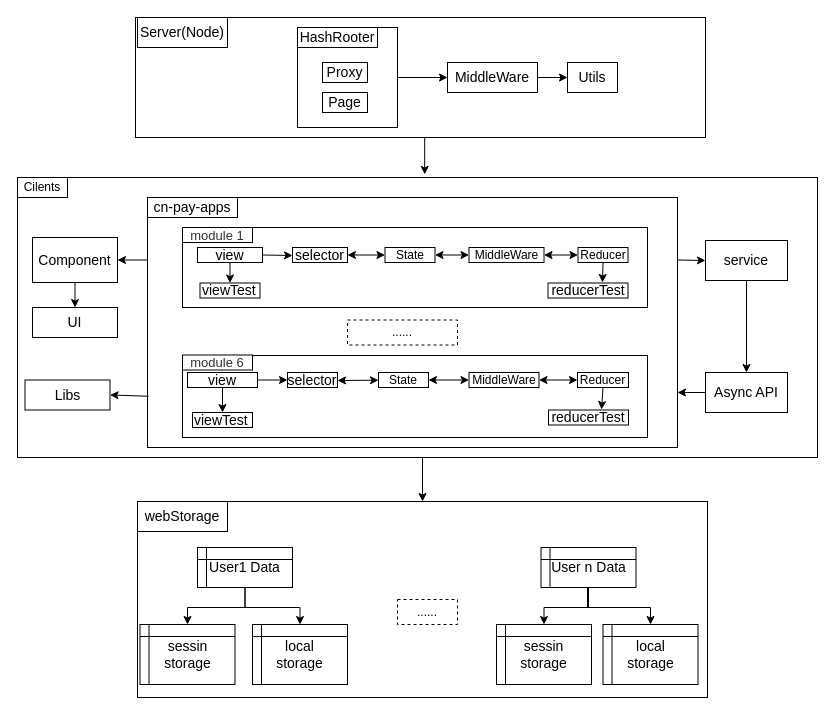
The draw.io diagram 概要设计.drawio in Robbie-Han/graduation-thesis, before the edit. Source tidied: cells renumbered, new cells numbered last; positions are measured from the earlier drawing's top-left corner, leaving out a move shared by most shapes. Both pictures are drawn from the tidied source at 100%, with x=0, y=0 at pixel (17, 17).
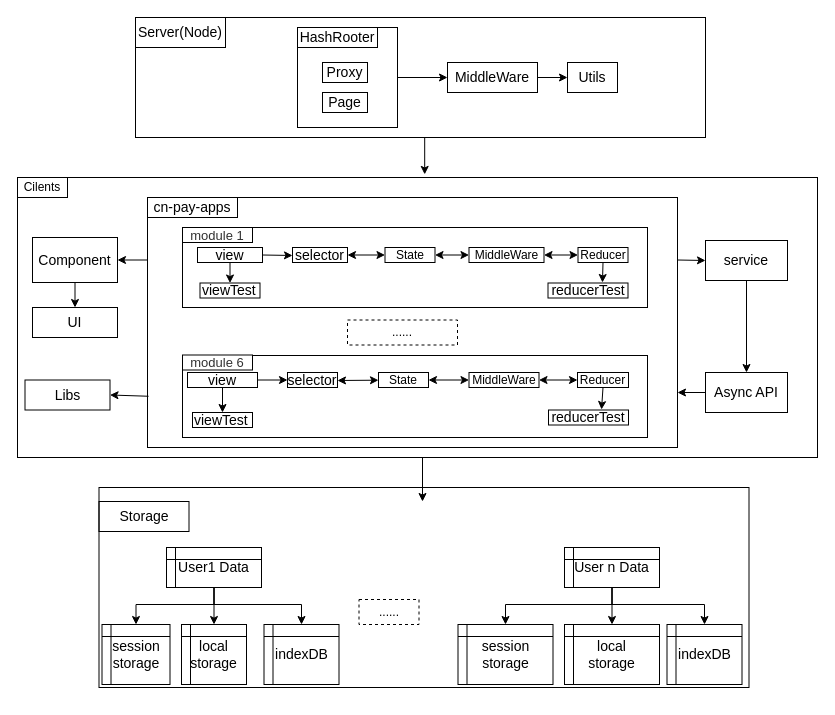
After the change.

Commit message:
已添加 概要设计.drawio

The edit, as a diff of the source:
```diff
@@
     <mxCell id="4" value="&lt;font style=&quot;font-size: 14px&quot;&gt;Server(Node)&lt;/font&gt;" style="rounded=0;whiteSpace=wrap;html=1;" parent="1" vertex="1">
-      <mxGeometry x="120" width="90" height="30" as="geometry" />
+      <mxGeometry x="118" width="90" height="30" as="geometry" />
     </mxCell>
@@
-    <mxCell id="59" style="edgeStyle=orthogonalEdgeStyle;rounded=0;jettySize=auto;html=1;exitX=0.5;exitY=0;exitDx=0;exitDy=0;entryX=0.5;entryY=0;entryDx=0;entryDy=0;" parent="1" edge="1" target="60">
+    <mxCell id="59" style="edgeStyle=orthogonalEdgeStyle;rounded=0;orthogonalLoop=1;jettySize=auto;html=1;exitX=0.5;exitY=0;exitDx=0;exitDy=0;entryX=0.5;entryY=0;entryDx=0;entryDy=0;" parent="1" edge="1">
       <mxGeometry relative="1" as="geometry">
         <mxPoint x="405" y="450" as="sourcePoint" />
+        <mxPoint x="405" y="484" as="targetPoint" />
         <Array as="points">
           <mxPoint x="405" y="440" />
           <mxPoint x="405" y="440" />
         </Array>
       </mxGeometry>
     </mxCell>
-    <mxCell id="60" style="rounded=0;whiteSpace=wrap;html=1;" parent="1" vertex="1">
-      <mxGeometry x="120" y="484" width="570" height="196" as="geometry" />
-    </mxCell>
-    <mxCell id="61" value="&lt;span style=&quot;font-size: 14px&quot;&gt;webStorage&lt;/span&gt;" style="rounded=0;whiteSpace=wrap;html=1;" parent="1" vertex="1">
-      <mxGeometry x="120" y="484" width="90" height="30" as="geometry" />
+    <mxCell id="61" value="&lt;span style=&quot;font-size: 14px&quot;&gt;Storage&lt;/span&gt;" style="rounded=0;whiteSpace=wrap;html=1;" parent="1" vertex="1">
+      <mxGeometry x="81.5" y="484" width="90" height="30" as="geometry" />
     </mxCell>
     <mxCell id="62" style="edgeStyle=orthogonalEdgeStyle;rounded=0;jettySize=auto;html=1;exitX=0.5;exitY=1;exitDx=0;exitDy=0;entryX=0.5;entryY=0;entryDx=0;entryDy=0;" parent="1" edge="1" source="63" target="64">
-      <mxGeometry relative="1" as="geometry" />
+      <mxGeometry relative="1" as="geometry">
+        <Array as="points">
+          <mxPoint x="196.5" y="587" />
+          <mxPoint x="118.5" y="587" />
+        </Array>
+      </mxGeometry>
     </mxCell>
+    <mxCell id="73" style="edgeStyle=orthogonalEdgeStyle;rounded=0;jettySize=auto;html=1;exitX=0.5;exitY=1;exitDx=0;exitDy=0;" parent="1" edge="1" source="63" target="76">
+      <mxGeometry relative="1" as="geometry">
+        <Array as="points">
+          <mxPoint x="197" y="587" />
+          <mxPoint x="284" y="587" />
+        </Array>
+      </mxGeometry>
+    </mxCell>
     <mxCell id="63" value="&lt;font style=&quot;font-size: 14px&quot;&gt;User1 Data&lt;/font&gt;" style="shape=internalStorage;whiteSpace=wrap;html=1;backgroundOutline=1;align=center;dx=9;dy=12;" parent="1" vertex="1">
-      <mxGeometry x="180" y="530" width="95" height="40" as="geometry" />
+      <mxGeometry x="149" y="530" width="95" height="40" as="geometry" />
     </mxCell>
-    <mxCell id="64" value="&lt;font style=&quot;font-size: 14px&quot;&gt;sessin &lt;br&gt;storage&lt;/font&gt;" style="shape=internalStorage;whiteSpace=wrap;html=1;backgroundOutline=1;align=center;dx=9;dy=12;" parent="1" vertex="1">
-      <mxGeometry x="122.5" y="607" width="95" height="60" as="geometry" />
+    <mxCell id="64" value="&lt;font style=&quot;font-size: 14px&quot;&gt;session &lt;br&gt;storage&lt;/font&gt;" style="shape=internalStorage;whiteSpace=wrap;html=1;backgroundOutline=1;align=center;dx=9;dy=12;" parent="1" vertex="1">
+      <mxGeometry x="84.5" y="607" width="68" height="60" as="geometry" />
     </mxCell>
     <mxCell id="65" style="edgeStyle=orthogonalEdgeStyle;rounded=0;jettySize=auto;html=1;exitX=0.5;exitY=1;exitDx=0;exitDy=0;entryX=0.5;entryY=0;entryDx=0;entryDy=0;" parent="1" edge="1" source="63" target="66">
       <mxGeometry relative="1" as="geometry">
         <Array as="points">
-          <mxPoint x="213" y="590" />
-          <mxPoint x="295" y="590" />
+          <mxPoint x="196.5" y="600" />
+          <mxPoint x="196.5" y="600" />
         </Array>
       </mxGeometry>
     </mxCell>
     <mxCell id="66" value="&lt;font style=&quot;font-size: 14px&quot;&gt;local&lt;br&gt;storage&lt;/font&gt;" style="shape=internalStorage;whiteSpace=wrap;html=1;backgroundOutline=1;align=center;dx=9;dy=12;" parent="1" vertex="1">
-      <mxGeometry x="235" y="607" width="95" height="60" as="geometry" />
+      <mxGeometry x="164" y="607" width="65" height="60" as="geometry" />
     </mxCell>
     <mxCell id="67" value="......" style="rounded=0;whiteSpace=wrap;html=1;align=center;dashed=1;" parent="1" vertex="1">
-      <mxGeometry x="380" y="582" width="60" height="25" as="geometry" />
+      <mxGeometry x="341.5" y="582" width="60" height="25" as="geometry" />
     </mxCell>
+    <mxCell id="74" style="edgeStyle=orthogonalEdgeStyle;rounded=0;jettySize=auto;html=1;exitX=0.5;exitY=1;exitDx=0;exitDy=0;entryX=0.5;entryY=0;entryDx=0;entryDy=0;" parent="1" edge="1" source="68" target="72">
+      <mxGeometry relative="1" as="geometry" />
+    </mxCell>
+    <mxCell id="69" style="edgeStyle=orthogonalEdgeStyle;rounded=0;jettySize=auto;html=1;exitX=0.5;exitY=1;exitDx=0;exitDy=0;entryX=0.5;entryY=0;entryDx=0;entryDy=0;" parent="1" edge="1" source="68" target="70">
+      <mxGeometry relative="1" as="geometry">
+        <Array as="points">
+          <mxPoint x="595" y="587" />
+          <mxPoint x="488" y="587" />
+        </Array>
+      </mxGeometry>
+    </mxCell>
+    <mxCell id="75" style="edgeStyle=orthogonalEdgeStyle;rounded=0;jettySize=auto;html=1;exitX=0.5;exitY=1;exitDx=0;exitDy=0;entryX=0.5;entryY=0;entryDx=0;entryDy=0;" parent="1" edge="1" source="68" target="77">
+      <mxGeometry relative="1" as="geometry">
+        <Array as="points">
+          <mxPoint x="595" y="587" />
+          <mxPoint x="687" y="587" />
+        </Array>
+      </mxGeometry>
+    </mxCell>
     <mxCell id="68" value="&lt;font style=&quot;font-size: 14px&quot;&gt;User n Data&lt;/font&gt;" style="shape=internalStorage;whiteSpace=wrap;html=1;backgroundOutline=1;align=center;dx=9;dy=12;" parent="1" vertex="1">
-      <mxGeometry x="523.5" y="530" width="95" height="40" as="geometry" />
+      <mxGeometry x="547" y="530" width="95" height="40" as="geometry" />
     </mxCell>
-    <mxCell id="69" style="edgeStyle=orthogonalEdgeStyle;rounded=0;jettySize=auto;html=1;entryX=0.5;entryY=0;entryDx=0;entryDy=0;" parent="1" edge="1" source="68" target="70">
-      <mxGeometry relative="1" as="geometry" />
-    </mxCell>
-    <mxCell id="70" value="&lt;font style=&quot;font-size: 14px&quot;&gt;sessin &lt;br&gt;storage&lt;/font&gt;" style="shape=internalStorage;whiteSpace=wrap;html=1;backgroundOutline=1;align=center;dx=9;dy=12;" parent="1" vertex="1">
-      <mxGeometry x="479" y="607" width="95" height="60" as="geometry" />
+    <mxCell id="70" value="&lt;font style=&quot;font-size: 14px&quot;&gt;session &lt;br&gt;storage&lt;/font&gt;" style="shape=internalStorage;whiteSpace=wrap;html=1;backgroundOutline=1;align=center;dx=9;dy=12;" parent="1" vertex="1">
+      <mxGeometry x="440.5" y="607" width="95" height="60" as="geometry" />
     </mxCell>
-    <mxCell id="71" style="edgeStyle=orthogonalEdgeStyle;rounded=0;jettySize=auto;html=1;exitX=0.5;exitY=0;exitDx=0;exitDy=0;entryX=0.5;entryY=0;entryDx=0;entryDy=0;" parent="1" edge="1" target="72">
-      <mxGeometry relative="1" as="geometry">
-        <mxPoint x="570" y="570" as="sourcePoint" />
-        <Array as="points">
-          <mxPoint x="570" y="590" />
-          <mxPoint x="633" y="590" />
-        </Array>
-      </mxGeometry>
-    </mxCell>
     <mxCell id="72" value="&lt;font style=&quot;font-size: 14px&quot;&gt;local&lt;br&gt;storage&lt;/font&gt;" style="shape=internalStorage;whiteSpace=wrap;html=1;backgroundOutline=1;align=center;dx=9;dy=12;" parent="1" vertex="1">
-      <mxGeometry x="585.5" y="607" width="95" height="60" as="geometry" />
+      <mxGeometry x="547" y="607" width="95" height="60" as="geometry" />
     </mxCell>
+    <mxCell id="76" value="&lt;span style=&quot;font-size: 14px&quot;&gt;indexDB&lt;/span&gt;" style="shape=internalStorage;whiteSpace=wrap;html=1;backgroundOutline=1;align=center;dx=9;dy=12;" parent="1" vertex="1">
+      <mxGeometry x="246.5" y="607" width="75" height="60" as="geometry" />
+    </mxCell>
+    <mxCell id="77" value="&lt;span style=&quot;font-size: 14px&quot;&gt;indexDB&lt;/span&gt;" style="shape=internalStorage;whiteSpace=wrap;html=1;backgroundOutline=1;align=center;dx=9;dy=12;" parent="1" vertex="1">
+      <mxGeometry x="649.5" y="607" width="75" height="60" as="geometry" />
+    </mxCell>
+    <mxCell id="78" style="rounded=0;whiteSpace=wrap;html=1;fillColor=none;" parent="1" vertex="1">
+      <mxGeometry x="81.5" y="470" width="650" height="200" as="geometry" />
+    </mxCell>
```
